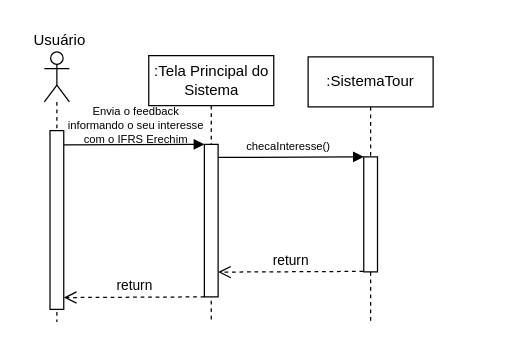
This is DiagramaDeSequencia-EnviarAoSite.drawio from Gigagiga1234/Tour-Virtual, a draw.io file, before an edit. Source tidied: cells renumbered, new cells numbered last; positions are measured from the earlier drawing's top-left corner, leaving out a move shared by most shapes. Both pictures are drawn from the tidied source at 125%, with x=0, y=0 at pixel (21, 21).
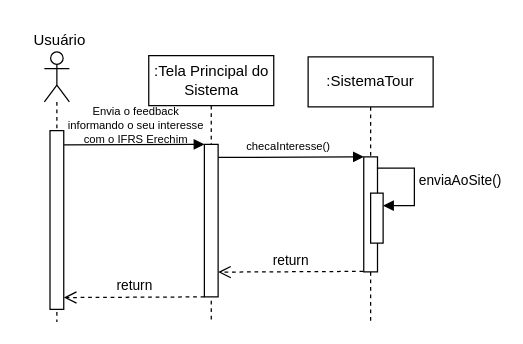
Above is the later version.

Change to the diagram source:
```diff
@@
 <mxGraphModel>
   <root>
     <mxCell id="0" />
     <mxCell id="1" parent="0" />
     <mxCell id="2" value="checaInteresse()" style="text;html=1;align=center;verticalAlign=middle;strokeColor=none;fillColor=none;fontSize=9;" parent="1" vertex="1">
       <mxGeometry x="168" y="90" width="90" height="20" as="geometry" />
     </mxCell>
     <mxCell id="3" value=":Tela Principal do Sistema" style="shape=umlLifeline;perimeter=lifelinePerimeter;whiteSpace=wrap;html=1;newEdgeStyle={&quot;curved&quot;:0,&quot;rounded&quot;:0};" parent="1" vertex="1">
       <mxGeometry x="101.5" y="27" width="100" height="213" as="geometry" />
     </mxCell>
     <mxCell id="4" style="shape=umlLifeline;perimeter=lifelinePerimeter;whiteSpace=wrap;html=1;newEdgeStyle={&quot;curved&quot;:0,&quot;rounded&quot;:0};participant=umlActor;" parent="1" vertex="1">
       <mxGeometry x="18" y="24" width="20" height="216" as="geometry" />
     </mxCell>
     <mxCell id="5" style="rounded=0;whiteSpace=wrap;html=1;" parent="1" vertex="1">
       <mxGeometry x="22.5" y="87" width="11" height="143" as="geometry" />
     </mxCell>
     <mxCell id="6" value="Envia o feedback&lt;div&gt;informando o seu interesse&lt;/div&gt;&lt;div&gt;com o IFRS Erechim&lt;/div&gt;" style="text;html=1;align=center;verticalAlign=middle;strokeColor=none;fillColor=none;fontSize=9;" parent="1" vertex="1">
       <mxGeometry x="26" y="58" width="130" height="50" as="geometry" />
     </mxCell>
     <mxCell id="7" style="rounded=0;whiteSpace=wrap;html=1;" parent="1" vertex="1">
       <mxGeometry x="146" y="98" width="11" height="122" as="geometry" />
     </mxCell>
     <mxCell id="8" style="endArrow=block;html=1;rounded=0;exitX=1.022;exitY=0.079;exitDx=0;exitDy=0;exitPerimeter=0;entryX=0;entryY=0;entryDx=0;entryDy=0;endFill=1;" parent="1" edge="1" source="5" target="7">
       <mxGeometry relative="1" as="geometry" />
     </mxCell>
     <mxCell id="9" style="endArrow=block;html=1;rounded=0;exitX=1.015;exitY=0.086;exitDx=0;exitDy=0;entryX=0;entryY=0;entryDx=0;entryDy=0;endFill=1;exitPerimeter=0;" parent="1" edge="1" source="7" target="13">
       <mxGeometry relative="1" as="geometry" />
     </mxCell>
     <mxCell id="10" value="return" style="html=1;verticalAlign=bottom;endArrow=open;dashed=1;endSize=8;curved=0;rounded=0;entryX=1;entryY=0.75;entryDx=0;entryDy=0;" parent="1" edge="1">
       <mxGeometry relative="1" as="geometry">
         <mxPoint x="273.1" y="199.6" as="sourcePoint" />
         <mxPoint x="157" y="200.2" as="targetPoint" />
       </mxGeometry>
     </mxCell>
     <mxCell id="11" value="Usuário" style="text;html=1;align=center;verticalAlign=middle;strokeColor=none;fillColor=none;" parent="1" vertex="1">
       <mxGeometry width="60" height="30" as="geometry" />
     </mxCell>
     <mxCell id="12" value=":SistemaTour" style="shape=umlLifeline;perimeter=lifelinePerimeter;whiteSpace=wrap;html=1;newEdgeStyle={&quot;curved&quot;:0,&quot;rounded&quot;:0};" parent="1" vertex="1">
       <mxGeometry x="229" y="28" width="100" height="212" as="geometry" />
     </mxCell>
     <mxCell id="13" style="rounded=0;whiteSpace=wrap;html=1;" parent="1" vertex="1">
       <mxGeometry x="273.5" y="108" width="11" height="92" as="geometry" />
     </mxCell>
     <mxCell id="14" value="return" style="html=1;verticalAlign=bottom;endArrow=open;dashed=1;endSize=8;curved=0;rounded=0;entryX=1.009;entryY=0.934;entryDx=0;entryDy=0;exitX=0;exitY=1;exitDx=0;exitDy=0;entryPerimeter=0;" parent="1" edge="1" source="7" target="5">
       <mxGeometry relative="1" as="geometry" />
     </mxCell>
+    <mxCell id="15" style="html=1;perimeter=orthogonalPerimeter;targetShapes=umlLifeline;newEdgeStyle={&quot;curved&quot;:0,&quot;rounded&quot;:0};" parent="1" vertex="1">
+      <mxGeometry x="279" y="137" width="10" height="40" as="geometry" />
+    </mxCell>
+    <mxCell id="16" value="enviaAoSite()" style="html=1;align=left;spacingLeft=2;endArrow=block;rounded=0;edgeStyle=orthogonalEdgeStyle;curved=0;rounded=0;" parent="1" edge="1">
+      <mxGeometry x="-0.05" relative="1" as="geometry">
+        <mxPoint x="284" y="117" as="sourcePoint" />
+        <mxPoint x="289" y="147" as="targetPoint" />
+        <Array as="points">
+          <mxPoint x="314" y="147" />
+        </Array>
+      </mxGeometry>
+    </mxCell>
   </root>
 </mxGraphModel>
```
